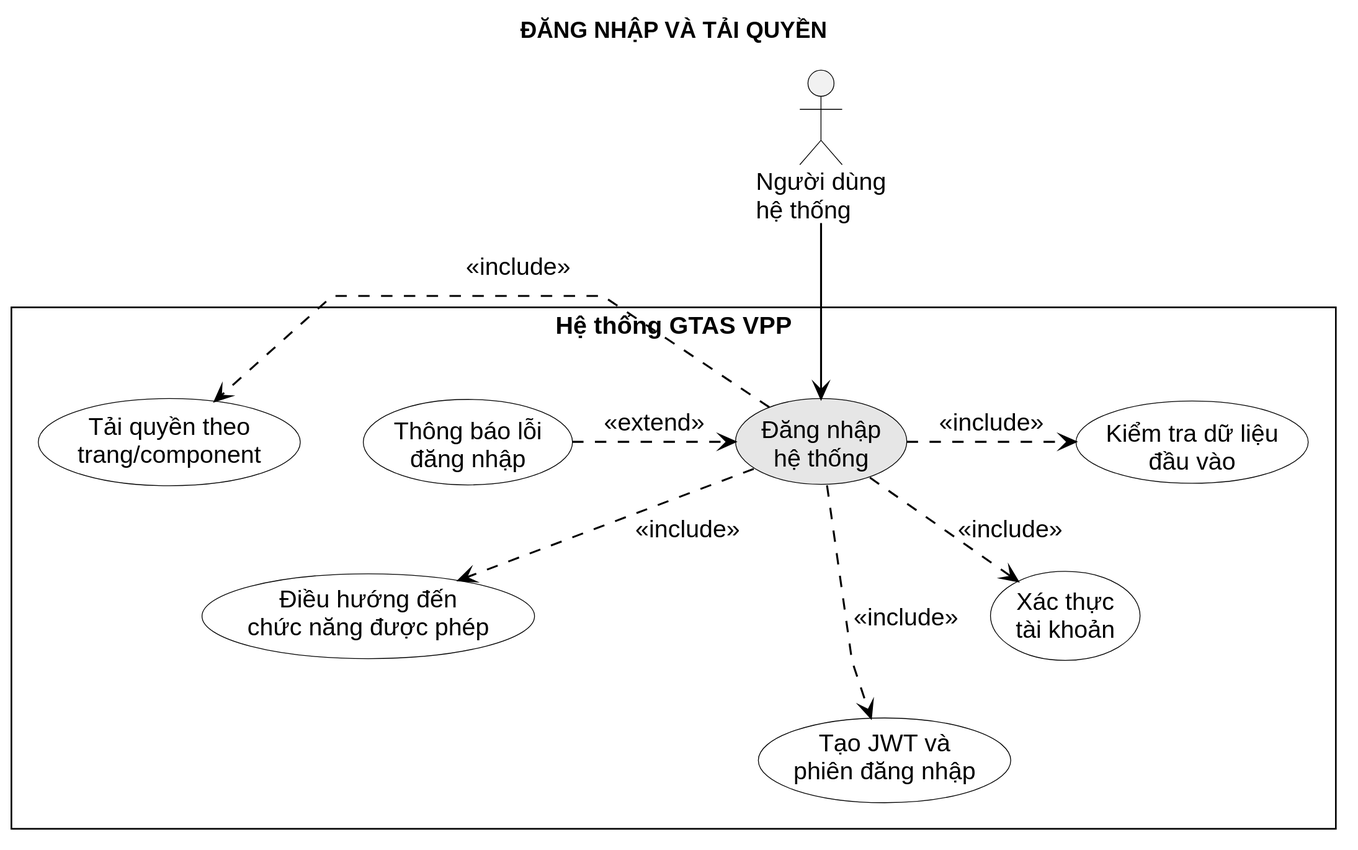
Miikey24s/gtas_vpp keeps this PlantUML diagram as LVTN/diagrams/ch03/use-case-login.svg. Above is the earlier version.
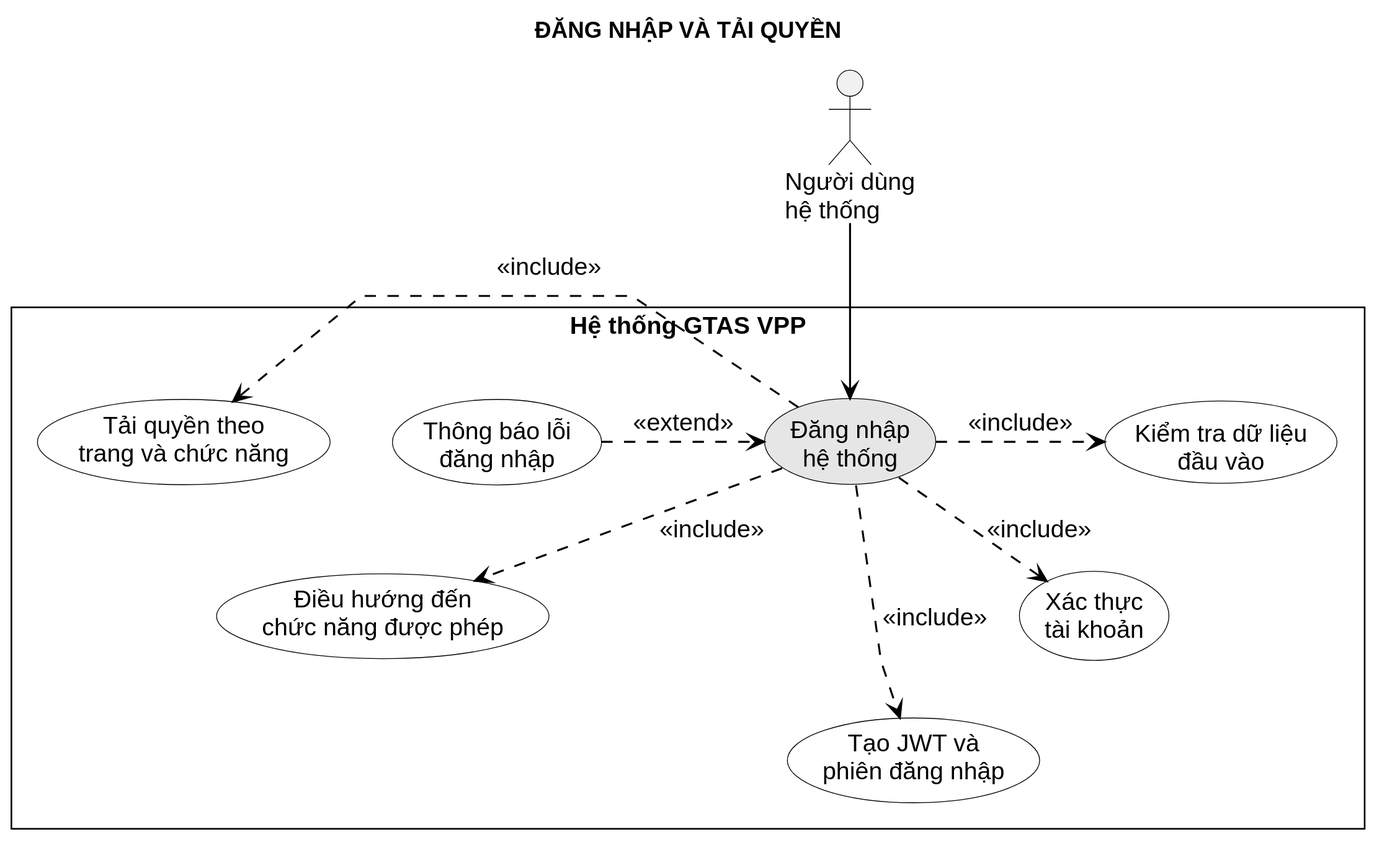
Later version of the same file.

Change to the diagram source:
```diff
@@ -9,7 +9,7 @@
   usecase "Kiểm tra dữ liệu\nđầu vào" as Validate
   usecase "Xác thực\ntài khoản" as Authenticate
   usecase "Tạo JWT và\nphiên đăng nhập" as Session
-  usecase "Tải quyền theo\ntrang/component" as Permissions
+  usecase "Tải quyền theo\ntrang và chức năng" as Permissions
   usecase "Điều hướng đến\nchức năng được phép" as Redirect
   usecase "Thông báo lỗi\nđăng nhập" as Error
 
```
